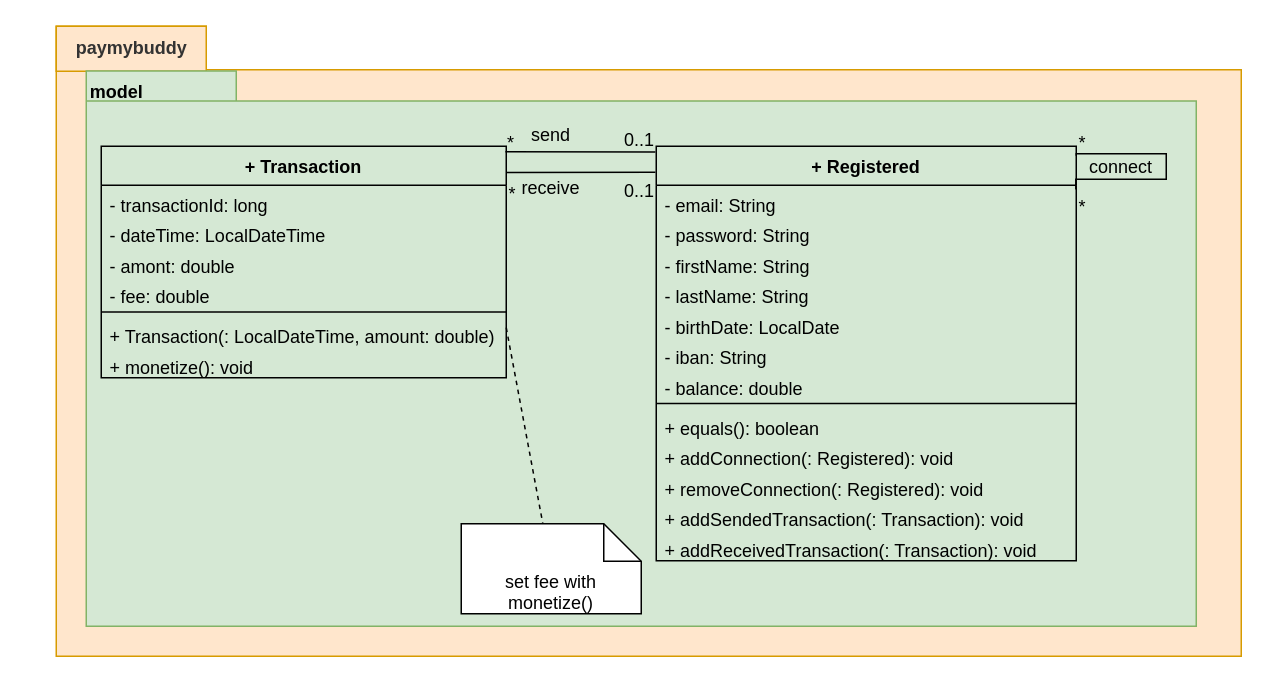
Earlier version of the draw.io diagram page "Model classes" (2 of 3) of UML/payMyBuddyUML.drawio (emmo78/com.paymybuddy.paymybuddy). Source tidied: cells renumbered, new cells numbered last; positions are measured from the earlier drawing's top-left corner, leaving out a move shared by most shapes. Both pictures are drawn from the tidied source at 150%, with x=0, y=0 at pixel (40, 26).
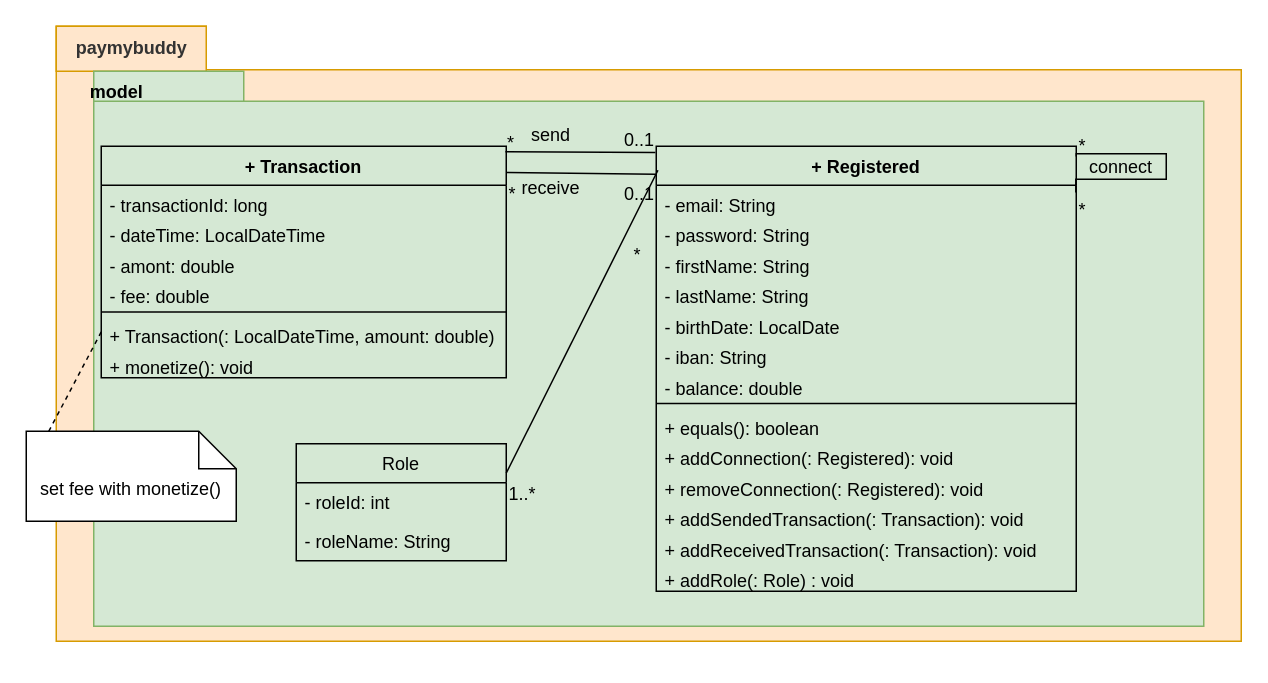
The same page after the edit.

Unchanged cells that the change refers to:
```xml
<mxCell id="26" value="+ Transaction(: LocalDateTime, amount: double)" style="text;strokeColor=none;fillColor=none;align=left;verticalAlign=top;spacingLeft=4;spacingRight=4;overflow=hidden;points=[[0,0.5],[1,0.5]];portConstraint=eastwest;" parent="20" vertex="1">
  <mxGeometry y="113.6" width="270" height="20.3" as="geometry" />
</mxCell>
```

The edit, as a diff of the source:
```diff
@@
     <mxCell id="2" style="shape=folder;fontStyle=1;spacingTop=10;tabWidth=100;tabHeight=29;tabPosition=left;html=1;fillColor=#ffe6cc;strokeColor=#d79b00;rotation=0;" parent="1" vertex="1">
-      <mxGeometry x="10" width="790" height="420" as="geometry" />
+      <mxGeometry x="10" width="790" height="410" as="geometry" />
     </mxCell>
@@
     <mxCell id="4" style="shape=folder;fontStyle=1;spacingTop=10;tabWidth=100;tabHeight=20;tabPosition=left;html=1;fillColor=#d5e8d4;strokeColor=#82b366;" parent="1" vertex="1">
-      <mxGeometry x="30" y="29.8" width="740" height="370.2" as="geometry" />
+      <mxGeometry x="35" y="30" width="740" height="370" as="geometry" />
     </mxCell>
@@
     <mxCell id="6" value="+ Registered" style="swimlane;fontStyle=1;align=center;verticalAlign=top;horizontal=1;startSize=26;fillColor=#d5e8d4;strokeColor=#000000;" parent="1" vertex="1">
-      <mxGeometry x="410" y="80" width="280" height="276.4" as="geometry" />
+      <mxGeometry x="410" y="80" width="280" height="296.7" as="geometry" />
     </mxCell>
@@
+    <mxCell id="42" value="+ addRole(: Role) : void" style="text;strokeColor=none;fillColor=none;align=left;verticalAlign=top;spacingLeft=4;spacingRight=4;overflow=hidden;" parent="6" vertex="1">
+      <mxGeometry y="276.4" width="280" height="20.3" as="geometry" />
+    </mxCell>
@@
     <mxCell id="40" value="set fee with monetize()" style="shape=note2;boundedLbl=1;whiteSpace=wrap;html=1;size=25;verticalAlign=top;align=center;" parent="1" vertex="1">
-      <mxGeometry x="280" y="331.7" width="120" height="60" as="geometry" />
+      <mxGeometry x="-10" y="270" width="140" height="60" as="geometry" />
     </mxCell>
-    <mxCell id="41" style="endArrow=none;dashed=1;html=1;rounded=0;exitX=1;exitY=0.362;exitDx=0;exitDy=0;exitPerimeter=0;" parent="1" edge="1" source="26" target="40">
+    <mxCell id="41" style="endArrow=none;dashed=1;html=1;rounded=0;exitX=0;exitY=0.5;exitDx=0;exitDy=0;entryX=0.1;entryY=0.033;entryDx=0;entryDy=0;entryPerimeter=0;" parent="1" edge="1" source="26" target="40">
       <mxGeometry relative="1" as="geometry" />
     </mxCell>
+    <mxCell id="43" value="Role" style="swimlane;fontStyle=0;horizontal=1;startSize=26;fillColor=none;" parent="1" vertex="1">
+      <mxGeometry x="170" y="278.4" width="140" height="78" as="geometry" />
+    </mxCell>
+    <mxCell id="44" value="- roleId: int" style="text;strokeColor=none;fillColor=none;align=left;verticalAlign=top;spacingLeft=4;spacingRight=4;overflow=hidden;" parent="43" vertex="1">
+      <mxGeometry y="26" width="140" height="26" as="geometry" />
+    </mxCell>
+    <mxCell id="45" value="- roleName: String" style="text;strokeColor=none;fillColor=none;align=left;verticalAlign=top;spacingLeft=4;spacingRight=4;overflow=hidden;" parent="43" vertex="1">
+      <mxGeometry y="52" width="140" height="26" as="geometry" />
+    </mxCell>
+    <mxCell id="46" style="endArrow=none;html=1;rounded=0;align=center;verticalAlign=top;endFill=0;labelBackgroundColor=none;exitX=1;exitY=0.25;exitDx=0;exitDy=0;entryX=0.004;entryY=0.054;entryDx=0;entryDy=0;entryPerimeter=0;" parent="1" edge="1" source="43" target="6">
+      <mxGeometry relative="1" as="geometry" />
+    </mxCell>
+    <mxCell id="47" value="1..*" style="html=1;align=left;verticalAlign=top;labelBackgroundColor=none;" parent="46" vertex="1">
+      <mxGeometry x="-1" relative="1" as="geometry" />
+    </mxCell>
+    <mxCell id="48" value="&lt;span style=&quot;text-align: left&quot;&gt;*&lt;/span&gt;" style="html=1;align=right;verticalAlign=bottom;labelBackgroundColor=none;" parent="46" vertex="1">
+      <mxGeometry x="1" relative="1" as="geometry">
+        <mxPoint x="-11" y="65" as="offset" />
+      </mxGeometry>
+    </mxCell>
```
